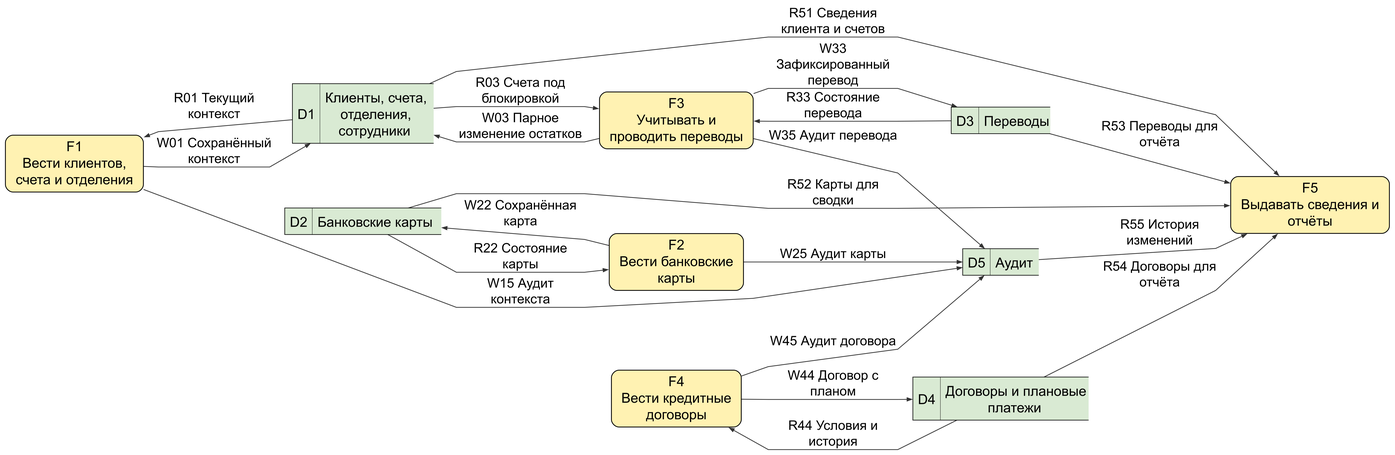
Above: figures/B9_resources.png in qwertyvich/IT-project (Graphviz), before the change. Its source is kept beside it as figures/B9_resources.dot. The source it was exported from:
```dot
digraph B9_resources {
graph [rankdir=LR, bgcolor="white", pad=.12, nodesep=.35, ranksep=.65, splines=polyline, outputorder=edgesfirst];
node [fontname="Arial", fontsize=22, margin=".12,.08", penwidth=1.3];
edge [fontname="Arial", fontsize=21, color="#333333", penwidth=1.2, arrowsize=.75];
"F1" [label="F1\nВести клиентов,\nсчета и отделения", shape="box", style="rounded,filled", fillcolor="#FFF2B2", width="3.055"];
"F2" [label="F2\nВести банковские\nкарты", shape="box", style="rounded,filled", fillcolor="#FFF2B2", width="2.972"];
"F3" [label="F3\nУчитывать и\nпроводить переводы", shape="box", style="rounded,filled", fillcolor="#FFF2B2", width="3.403"];
"F4" [label="F4\nВести кредитные\nдоговоры", shape="box", style="rounded,filled", fillcolor="#FFF2B2", width="2.875"];
"F5" [label="F5\nВыдавать сведения и\nотчёты", shape="box", style="rounded,filled", fillcolor="#FFF2B2", width="3.514"];
"D1" [shape=plain,style="",label=<<TABLE BORDER="0" CELLBORDER="0" CELLSPACING="0" CELLPADDING="7"><TR><TD BORDER="1" SIDES="TLBR" BGCOLOR="#D9EAD3">D1</TD><TD BORDER="1" SIDES="TB" BGCOLOR="#D9EAD3">Клиенты, счета,<BR/>отделения,<BR/>сотрудники</TD></TR></TABLE>>];
"D2" [shape=plain,style="",label=<<TABLE BORDER="0" CELLBORDER="0" CELLSPACING="0" CELLPADDING="7"><TR><TD BORDER="1" SIDES="TLBR" BGCOLOR="#D9EAD3">D2</TD><TD BORDER="1" SIDES="TB" BGCOLOR="#D9EAD3">Банковские карты</TD></TR></TABLE>>];
"D3" [shape=plain,style="",label=<<TABLE BORDER="0" CELLBORDER="0" CELLSPACING="0" CELLPADDING="7"><TR><TD BORDER="1" SIDES="TLBR" BGCOLOR="#D9EAD3">D3</TD><TD BORDER="1" SIDES="TB" BGCOLOR="#D9EAD3">Переводы</TD></TR></TABLE>>];
"D4" [shape=plain,style="",label=<<TABLE BORDER="0" CELLBORDER="0" CELLSPACING="0" CELLPADDING="7"><TR><TD BORDER="1" SIDES="TLBR" BGCOLOR="#D9EAD3">D4</TD><TD BORDER="1" SIDES="TB" BGCOLOR="#D9EAD3">Договоры и плановые<BR/>платежи</TD></TR></TABLE>>];
"D5" [shape=plain,style="",label=<<TABLE BORDER="0" CELLBORDER="0" CELLSPACING="0" CELLPADDING="7"><TR><TD BORDER="1" SIDES="TLBR" BGCOLOR="#D9EAD3">D5</TD><TD BORDER="1" SIDES="TB" BGCOLOR="#D9EAD3">Аудит</TD></TR></TABLE>>];
D1 -> F1 [label="R01 Текущий\nконтекст"];
F1 -> D1 [label="W01 Сохранённый\nконтекст"];
D1 -> F3 [label="R03 Счета под\nблокировкой"];
F3 -> D1 [label="W03 Парное\nизменение остатков"];
D2 -> F2 [label="R22 Состояние\nкарты"];
F2 -> D2 [label="W22 Сохранённая\nкарта"];
D3 -> F3 [label="R33 Состояние\nперевода"];
F3 -> D3 [label="W33\nЗафиксированный\nперевод"];
D4 -> F4 [label="R44 Условия и\nистория"];
F4 -> D4 [label="W44 Договор с\nпланом"];
D1 -> F5 [label="R51 Сведения\nклиента и счетов"];
D2 -> F5 [label="R52 Карты для\nсводки"];
D3 -> F5 [label="R53 Переводы для\nотчёта"];
D4 -> F5 [label="R54 Договоры для\nотчёта"];
D5 -> F5 [label="R55 История\nизменений"];
F1 -> D5 [label="W15 Аудит\nконтекста"];
F2 -> D5 [label="W25 Аудит карты"];
F3 -> D5 [label="W35 Аудит перевода"];
F4 -> D5 [label="W45 Аудит договора"];
}
```
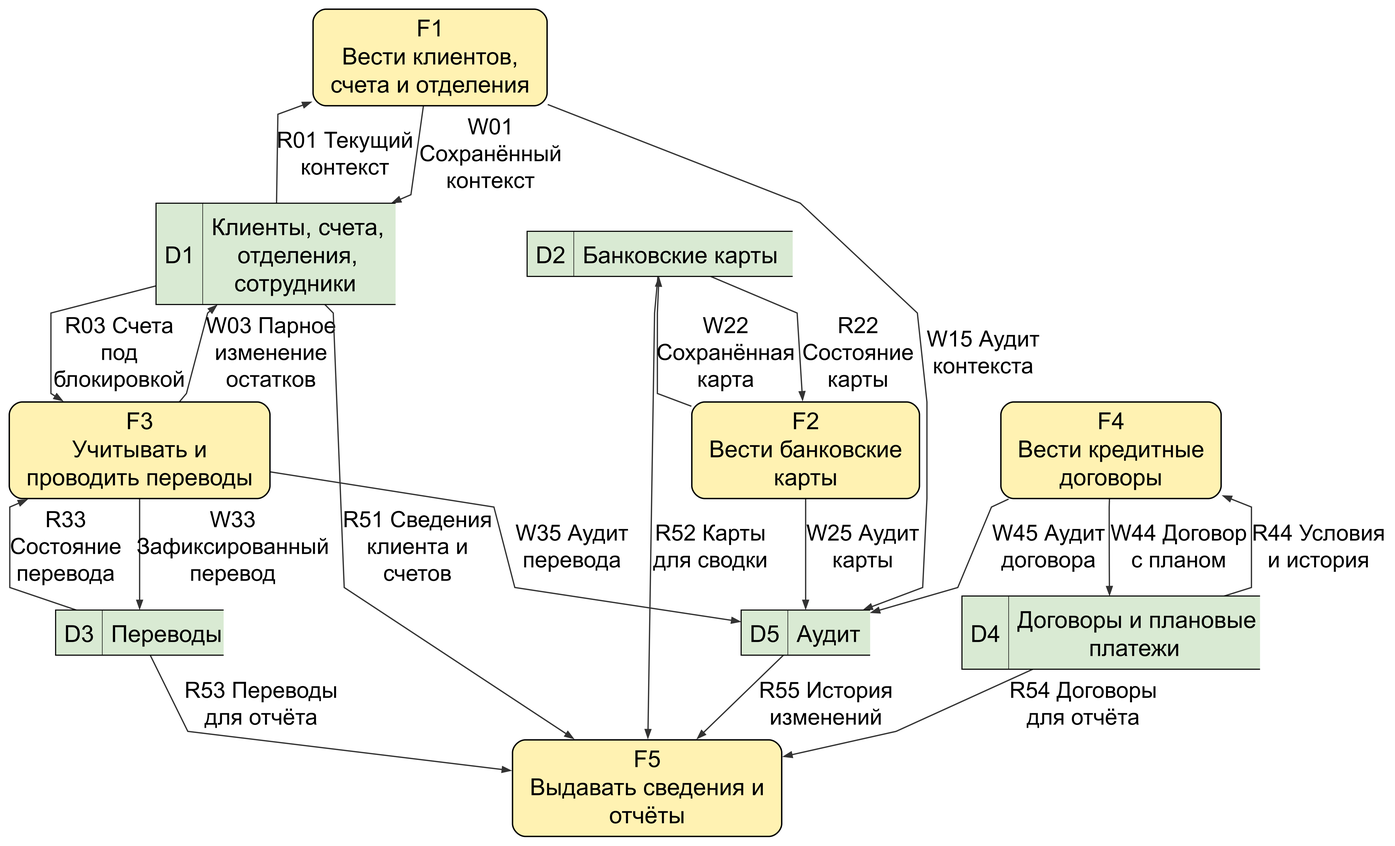
The same diagram one commit later.

What changed in the source:
```diff
@@ -1,7 +1,8 @@
 digraph B9_resources {
-graph [rankdir=LR, bgcolor="white", pad=.12, nodesep=.35, ranksep=.65, splines=polyline, outputorder=edgesfirst];
+graph [rankdir=TB, bgcolor="white", pad=.12, nodesep=.35, ranksep=.65, splines=polyline, outputorder=edgesfirst];
 node [fontname="Arial", fontsize=22, margin=".12,.08", penwidth=1.3];
 edge [fontname="Arial", fontsize=21, color="#333333", penwidth=1.2, arrowsize=.75];
+graph [nodesep=.2, ranksep=.2];
 "F1" [label="F1\nВести клиентов,\nсчета и отделения", shape="box", style="rounded,filled", fillcolor="#FFF2B2", width="3.055"];
 "F2" [label="F2\nВести банковские\nкарты", shape="box", style="rounded,filled", fillcolor="#FFF2B2", width="2.972"];
 "F3" [label="F3\nУчитывать и\nпроводить переводы", shape="box", style="rounded,filled", fillcolor="#FFF2B2", width="3.403"];
@@ -13,22 +14,22 @@
 "D4" [shape=plain,style="",label=<<TABLE BORDER="0" CELLBORDER="0" CELLSPACING="0" CELLPADDING="7"><TR><TD BORDER="1" SIDES="TLBR" BGCOLOR="#D9EAD3">D4</TD><TD BORDER="1" SIDES="TB" BGCOLOR="#D9EAD3">Договоры и плановые<BR/>платежи</TD></TR></TABLE>>];
 "D5" [shape=plain,style="",label=<<TABLE BORDER="0" CELLBORDER="0" CELLSPACING="0" CELLPADDING="7"><TR><TD BORDER="1" SIDES="TLBR" BGCOLOR="#D9EAD3">D5</TD><TD BORDER="1" SIDES="TB" BGCOLOR="#D9EAD3">Аудит</TD></TR></TABLE>>];
 D1 -> F1 [label="R01 Текущий\nконтекст"];
-F1 -> D1 [label="W01 Сохранённый\nконтекст"];
-D1 -> F3 [label="R03 Счета под\nблокировкой"];
-F3 -> D1 [label="W03 Парное\nизменение остатков"];
-D2 -> F2 [label="R22 Состояние\nкарты"];
-F2 -> D2 [label="W22 Сохранённая\nкарта"];
-D3 -> F3 [label="R33 Состояние\nперевода"];
+F1 -> D1 [label="W01\nСохранённый\nконтекст"];
+D1 -> F3 [label="R03 Счета\nпод\nблокировкой"];
+F3 -> D1 [label="W03 Парное\nизменение\nостатков"];
+D2 -> F2 [label="R22\nСостояние\nкарты"];
+F2 -> D2 [label="W22\nСохранённая\nкарта"];
+D3 -> F3 [label="R33\nСостояние\nперевода"];
 F3 -> D3 [label="W33\nЗафиксированный\nперевод"];
-D4 -> F4 [label="R44 Условия и\nистория"];
-F4 -> D4 [label="W44 Договор с\nпланом"];
-D1 -> F5 [label="R51 Сведения\nклиента и счетов"];
-D2 -> F5 [label="R52 Карты для\nсводки"];
-D3 -> F5 [label="R53 Переводы для\nотчёта"];
-D4 -> F5 [label="R54 Договоры для\nотчёта"];
+D4 -> F4 [label="R44 Условия\nи история"];
+F4 -> D4 [label="W44 Договор\nс планом"];
+D1 -> F5 [label="R51 Сведения\nклиента и\nсчетов"];
+D2 -> F5 [label="R52 Карты\nдля сводки"];
+D3 -> F5 [label="R53 Переводы\nдля отчёта"];
+D4 -> F5 [label="R54 Договоры\nдля отчёта"];
 D5 -> F5 [label="R55 История\nизменений"];
 F1 -> D5 [label="W15 Аудит\nконтекста"];
-F2 -> D5 [label="W25 Аудит карты"];
-F3 -> D5 [label="W35 Аудит перевода"];
-F4 -> D5 [label="W45 Аудит договора"];
+F2 -> D5 [label="W25 Аудит\nкарты"];
+F3 -> D5 [label="W35 Аудит\nперевода"];
+F4 -> D5 [label="W45 Аудит\nдоговора"];
 }
```
